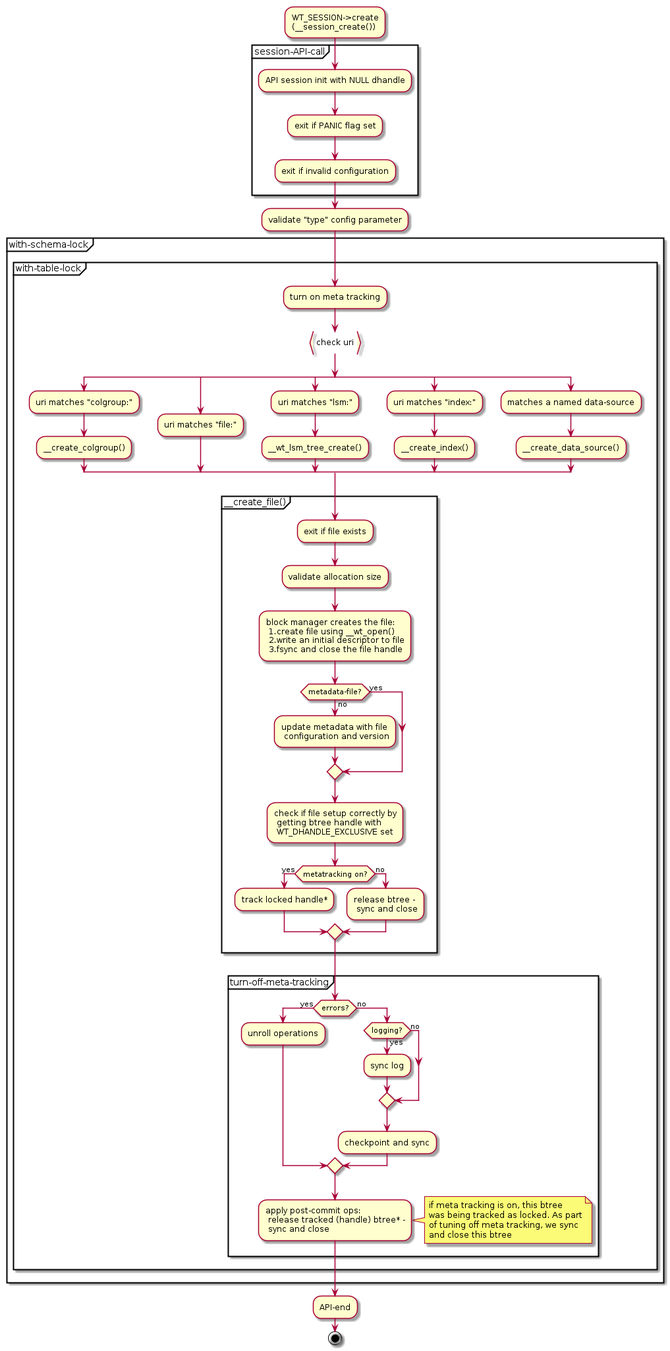
Above: src/docs/images/plantuml_gen_img/schema_create.png in wiredtiger/wiredtiger (PlantUML), before the change.
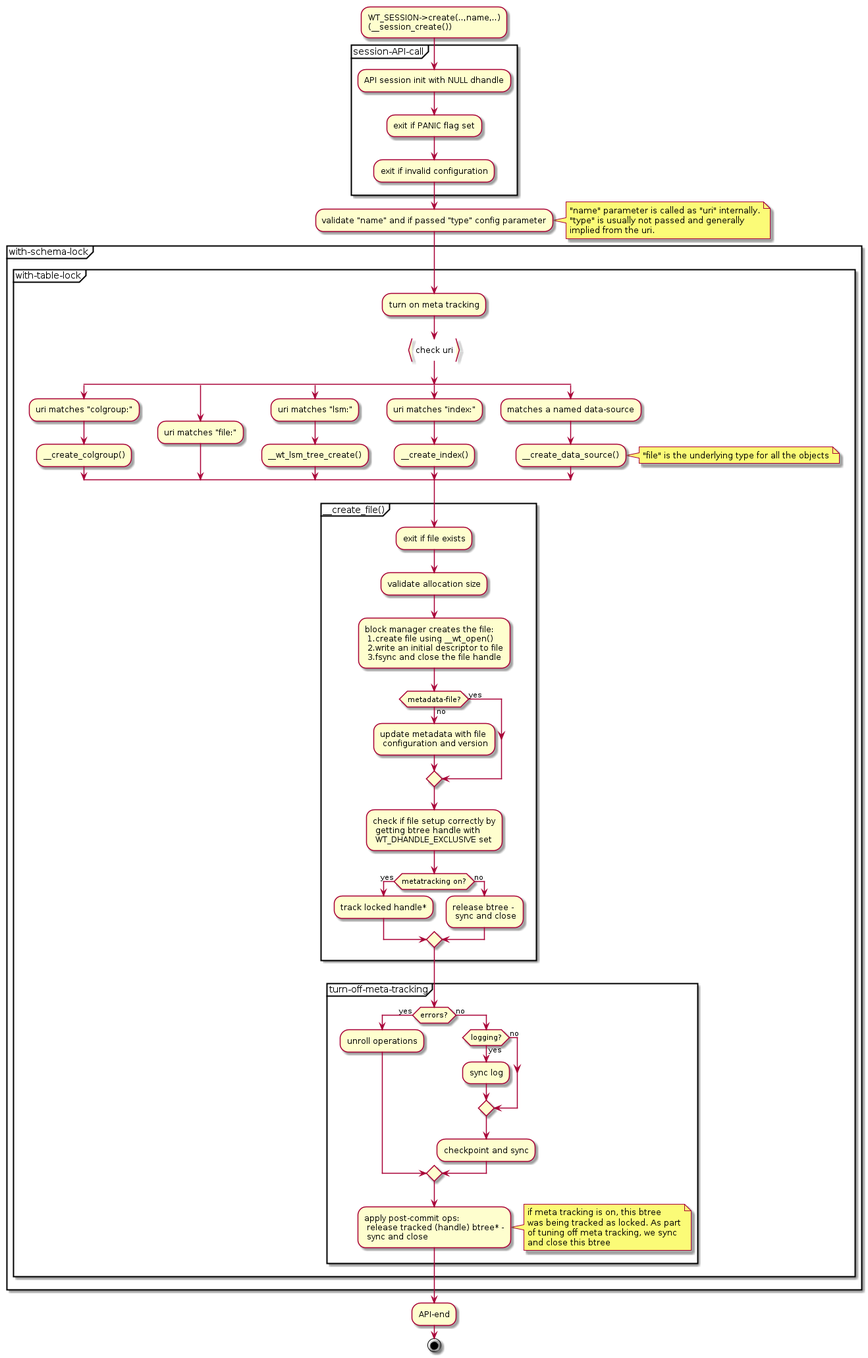
After the change.

Commit message:
Improve uml

Change to the diagram source:
```diff
@@ -1,5 +1,5 @@
 @startuml{schema_create.png}
-:WT_SESSION->create
+:WT_SESSION->create(..,name,..)
 (__session_create());
 
 partition session-API-call {
@@ -8,7 +8,12 @@
     :exit if invalid configuration;
 }
 
-:validate "type" config parameter;
+:validate "name" and if passed "type" config parameter;
+note right
+    "name" parameter is called as "uri" internally.
+    "type" is usually not passed and generally
+    implied from the uri.
+end note
 
 partition with-schema-lock {
     partition with-table-lock {
@@ -31,6 +36,9 @@
             :__create_data_source();
         end split
 
+	note right
+            "file" is the underlying type for all the objects
+        end note
         partition __create_file() {
             :exit if file exists;
             :validate allocation size;
```
